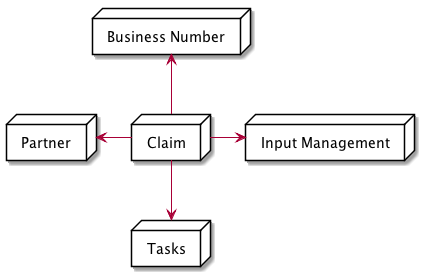
Above: doc/images/systems.png in fxleloup/microservice-sandbox (PlantUML), before the change.
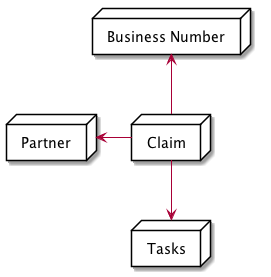
The same diagram one commit later.

The edit, as a diff of the source:
```diff
@@ -11,10 +11,8 @@
 node "Partner" as pdv
 node "Claim" as main
 node "Tasks" as tasks
-node "Input Management" as im
 
 main -up-> bn
 main -left-> pdv
 main -down-> tasks
-main -> im
 @enduml
```
